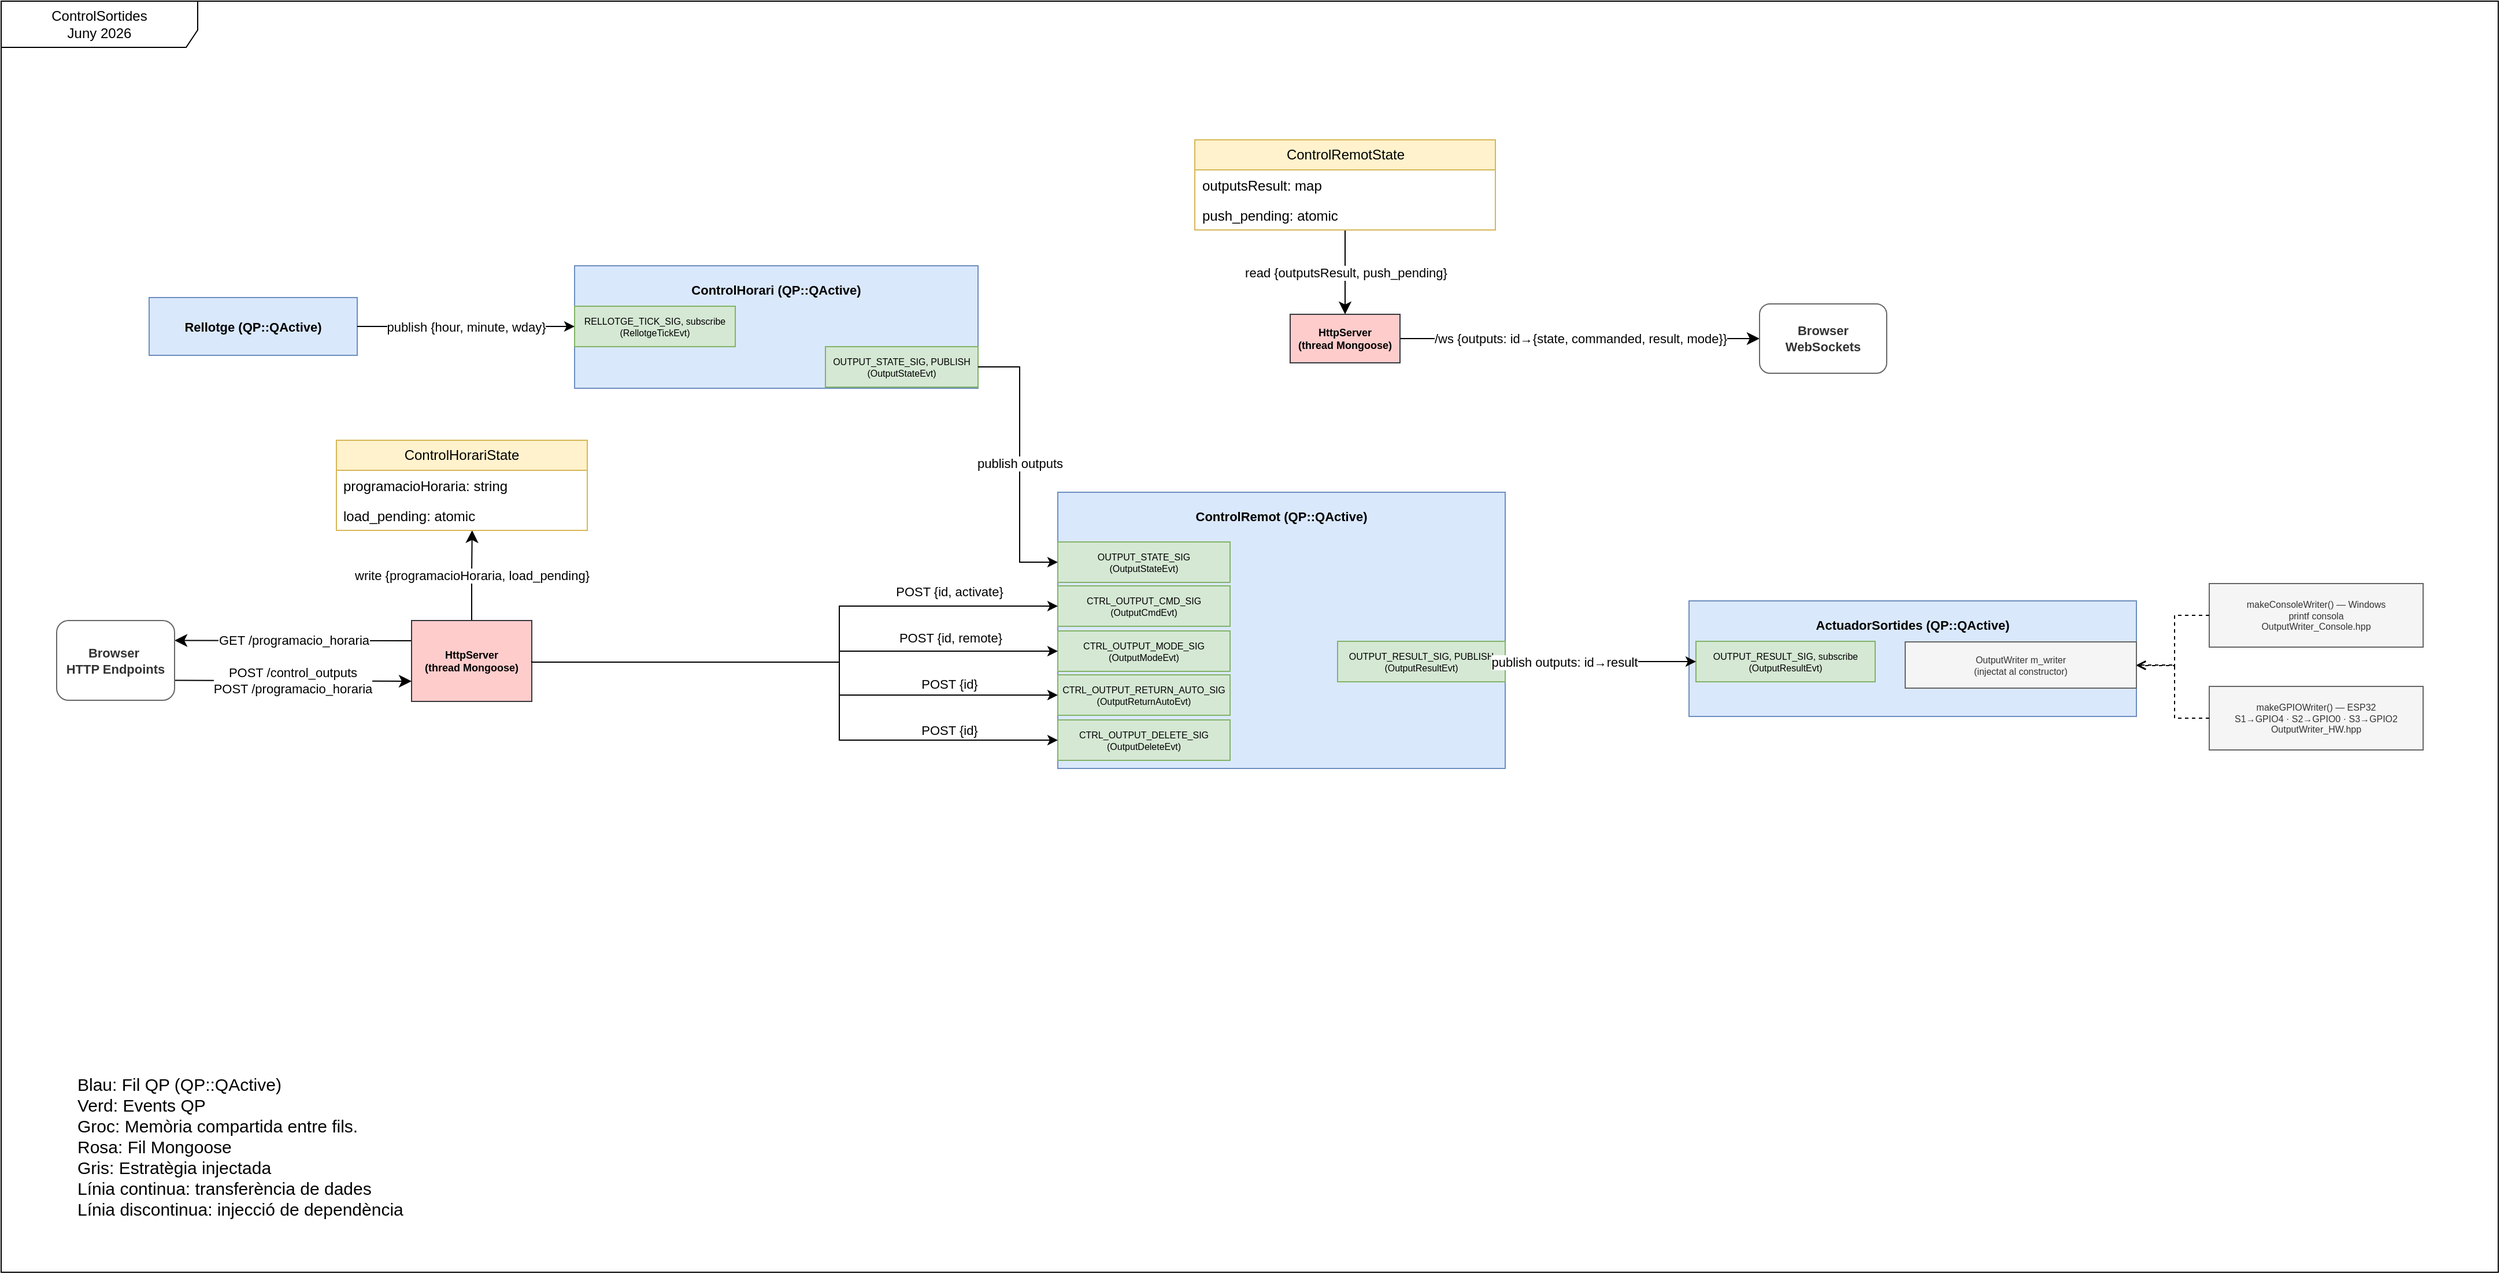
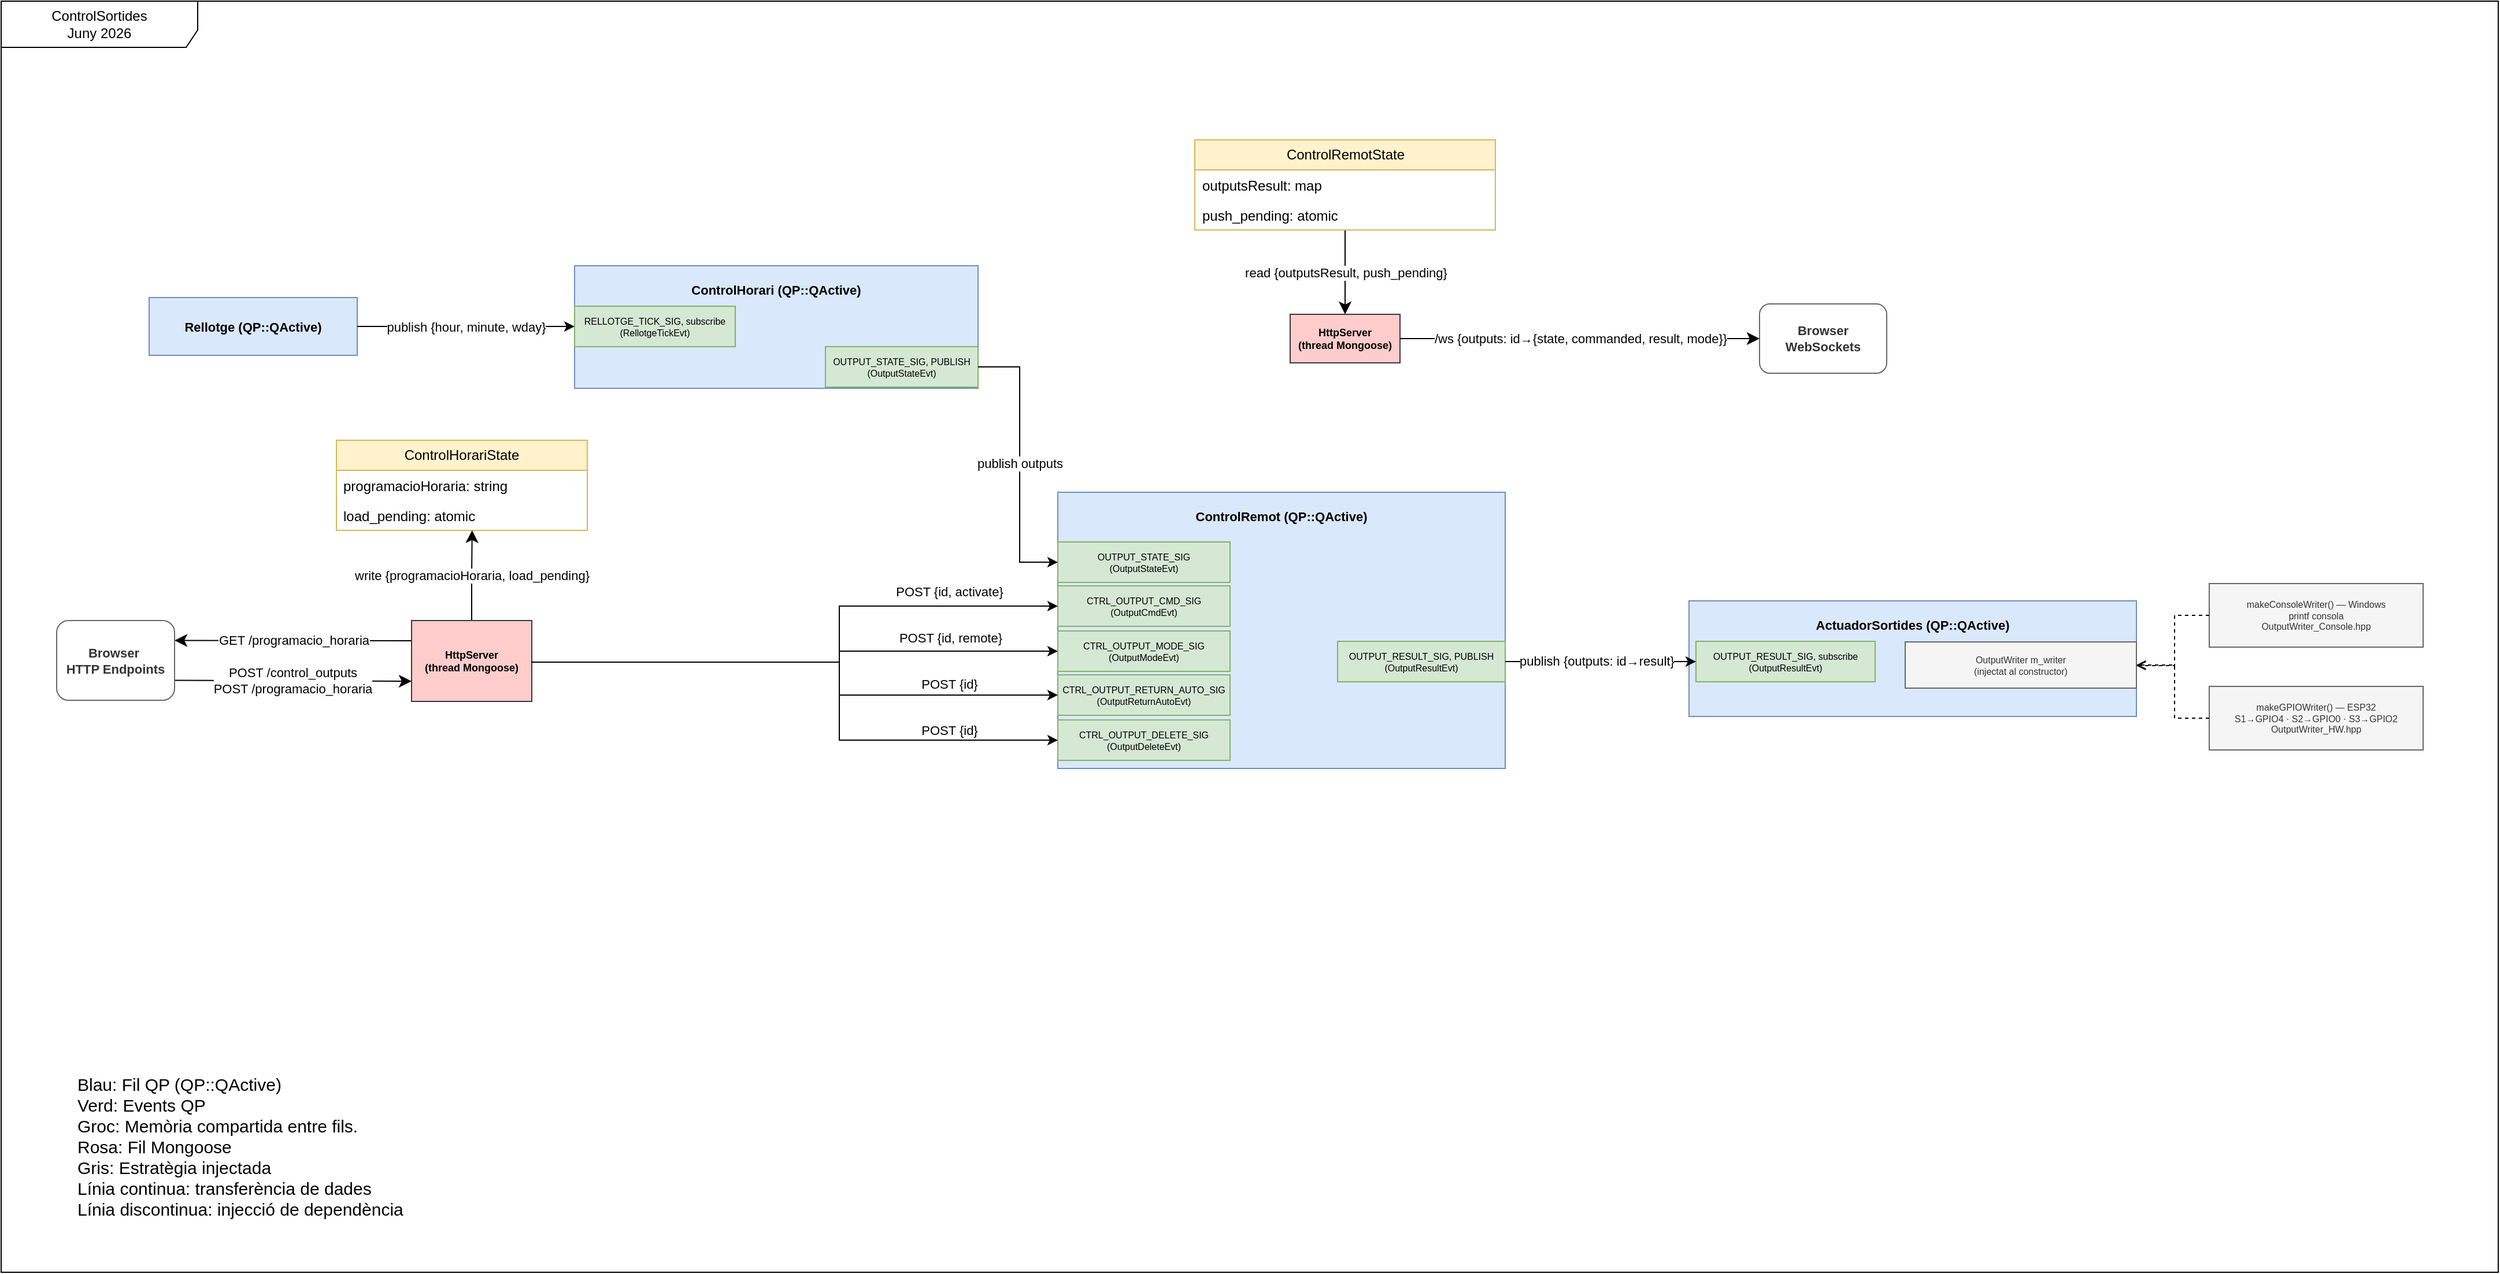
<mxfile host="Electron" agent="Mozilla/5.0 (Windows NT 10.0; Win64; x64) AppleWebKit/537.36 (KHTML, like Gecko) draw.io/28.2.8 Chrome/140.0.7339.240 Electron/38.4.0 Safari/537.36" version="28.2.8">
  <diagram name="ControlRemot" id="controlremot">
-     <mxGraphModel dx="1028" dy="663" grid="1" gridSize="10" guides="1" tooltips="1" connect="1" arrows="1" fold="1" page="1" pageScale="1" pageWidth="2336" pageHeight="1654" math="0" shadow="0">
+     <mxGraphModel dx="343" dy="221" grid="1" gridSize="10" guides="1" tooltips="1" connect="1" arrows="1" fold="1" page="1" pageScale="1" pageWidth="2336" pageHeight="1654" math="0" shadow="0">
      <root>
        <mxCell id="0" />
        <mxCell id="1" parent="0" />
        <mxCell id="hFHh7xch7r8VRYxtVC4N-1" value="&lt;span style=&quot;font-family: Helvetica; font-size: 11px;&quot;&gt;GET /programacio_horaria&lt;/span&gt;" style="edgeStyle=none;curved=1;rounded=0;orthogonalLoop=1;jettySize=auto;html=1;exitX=0;exitY=0.25;exitDx=0;exitDy=0;entryX=1;entryY=0.25;entryDx=0;entryDy=0;startSize=8;endSize=8;fontFamily=Helvetica;fontSize=11" parent="1" source="http" target="nPEGExYc4R3wSkc33mew-3" edge="1">
          <mxGeometry relative="1" as="geometry" />
        </mxCell>
        <mxCell id="hX1N1Huatbx-X40mZiJC-2" value="&lt;span style=&quot;color: rgb(0, 0, 0); font-family: Helvetica; font-size: 11px; font-style: normal; font-variant-ligatures: normal; font-variant-caps: normal; font-weight: 400; letter-spacing: normal; orphans: 2; text-align: center; text-indent: 0px; text-transform: none; widows: 2; word-spacing: 0px; -webkit-text-stroke-width: 0px; white-space: nowrap; background-color: rgb(255, 255, 255); text-decoration-thickness: initial; text-decoration-style: initial; text-decoration-color: initial; display: inline !important; float: none;&quot;&gt;write {programacioHoraria, load_pending}&lt;/span&gt;" style="edgeStyle=orthogonalEdgeStyle;rounded=0;orthogonalLoop=1;jettySize=auto;html=1;exitX=0.5;exitY=0;exitDx=0;exitDy=0;startSize=8;endSize=8;entryX=0.541;entryY=0.994;entryDx=0;entryDy=0;entryPerimeter=0;fontFamily=Helvetica;fontSize=11" parent="1" source="http" target="ch_reload_f2" edge="1">
          <mxGeometry relative="1" as="geometry" />
        </mxCell>
        <mxCell id="http" value="HttpServer&#xa;(thread Mongoose)" style="rounded=0;whiteSpace=wrap;html=1;fillColor=#ffcccc;strokeColor=#36393d;fontSize=9;fontStyle=1" parent="1" vertex="1">
          <mxGeometry x="435" y="806" width="104" height="70" as="geometry" />
        </mxCell>
        <mxCell id="nPEGExYc4R3wSkc33mew-6" value="/ws {outputs: id→{state, commanded, result, mode}}" style="edgeStyle=none;curved=1;rounded=0;orthogonalLoop=1;jettySize=auto;html=1;exitX=1;exitY=0.5;exitDx=0;exitDy=0;startSize=8;endSize=8;startArrow=none;startFill=0;fontFamily=Helvetica;fontSize=11" parent="1" source="ws" target="nPEGExYc4R3wSkc33mew-5" edge="1">
          <mxGeometry relative="1" as="geometry" />
        </mxCell>
        <mxCell id="ws" value="HttpServer&lt;br&gt;(thread Mongoose)" style="rounded=0;whiteSpace=wrap;html=1;fillColor=#ffcccc;strokeColor=#36393d;fontSize=9;fontStyle=1" parent="1" vertex="1">
          <mxGeometry x="1195" y="541" width="95" height="42" as="geometry" />
        </mxCell>
        <mxCell id="ch" value="ControlHorari (QP::QActive)" style="rounded=0;whiteSpace=wrap;html=1;fillColor=#dae8fc;strokeColor=#6c8ebf;fontSize=11;fontStyle=1;verticalAlign=top;spacingTop=8" parent="1" vertex="1">
          <mxGeometry x="576" y="499" width="349" height="106" as="geometry" />
        </mxCell>
        <mxCell id="ch_tick" value="RELLOTGE_TICK_SIG, subscribe&#xa;(RellotgeTickEvt)" style="rounded=0;whiteSpace=wrap;html=1;fillColor=#d5e8d4;strokeColor=#82b366;fontSize=8" parent="1" vertex="1">
          <mxGeometry x="576" y="534" width="139" height="35" as="geometry" />
        </mxCell>
        <mxCell id="ch_out_io" value="OUTPUT_STATE_SIG, PUBLISH&#xa;(OutputStateEvt)" style="rounded=0;whiteSpace=wrap;html=1;fillColor=#d5e8d4;strokeColor=#82b366;fontSize=8" parent="1" vertex="1">
          <mxGeometry x="793" y="569" width="132" height="35" as="geometry" />
        </mxCell>
        <mxCell id="rl" value="Rellotge (QP::QActive)" style="rounded=0;whiteSpace=wrap;html=1;fillColor=#dae8fc;strokeColor=#6c8ebf;fontSize=11;fontStyle=1;" parent="1" vertex="1">
          <mxGeometry x="208" y="526.5" width="180" height="50" as="geometry" />
        </mxCell>
        <mxCell id="cr" value="ControlRemot (QP::QActive)" style="rounded=0;whiteSpace=wrap;html=1;fillColor=#dae8fc;strokeColor=#6c8ebf;fontSize=11;fontStyle=1;verticalAlign=top;spacingTop=8" parent="1" vertex="1">
          <mxGeometry x="994" y="695" width="387" height="239" as="geometry" />
        </mxCell>
        <mxCell id="in_io" value="OUTPUT_STATE_SIG&#xa;(OutputStateEvt)" style="rounded=0;whiteSpace=wrap;html=1;fillColor=#d5e8d4;strokeColor=#82b366;fontSize=8" parent="1" vertex="1">
          <mxGeometry x="994" y="738" width="149" height="35" as="geometry" />
        </mxCell>
        <mxCell id="in_cmd" value="CTRL_OUTPUT_CMD_SIG&#xa;(OutputCmdEvt)" style="rounded=0;whiteSpace=wrap;html=1;fillColor=#d5e8d4;strokeColor=#82b366;fontSize=8" parent="1" vertex="1">
          <mxGeometry x="994" y="776" width="149" height="35" as="geometry" />
        </mxCell>
        <mxCell id="in_mode" value="CTRL_OUTPUT_MODE_SIG&#xa;(OutputModeEvt)" style="rounded=0;whiteSpace=wrap;html=1;fillColor=#d5e8d4;strokeColor=#82b366;fontSize=8" parent="1" vertex="1">
          <mxGeometry x="994" y="815" width="149" height="35" as="geometry" />
        </mxCell>
        <mxCell id="in_ret" value="CTRL_OUTPUT_RETURN_AUTO_SIG&#xa;(OutputReturnAutoEvt)" style="rounded=0;whiteSpace=wrap;html=1;fillColor=#d5e8d4;strokeColor=#82b366;fontSize=8" parent="1" vertex="1">
          <mxGeometry x="994" y="853" width="149" height="35" as="geometry" />
        </mxCell>
        <mxCell id="in_del" value="CTRL_OUTPUT_DELETE_SIG&#xa;(OutputDeleteEvt)" style="rounded=0;whiteSpace=wrap;html=1;fillColor=#d5e8d4;strokeColor=#82b366;fontSize=8" parent="1" vertex="1">
          <mxGeometry x="994" y="892" width="149" height="35" as="geometry" />
        </mxCell>
        <mxCell id="out_pub" value="OUTPUT_RESULT_SIG, PUBLISH&#xa;(OutputResultEvt)" style="rounded=0;whiteSpace=wrap;html=1;fillColor=#d5e8d4;strokeColor=#82b366;fontSize=8" parent="1" vertex="1">
          <mxGeometry x="1236" y="824" width="145" height="35" as="geometry" />
        </mxCell>
        <mxCell id="hX1N1Huatbx-X40mZiJC-3" value="&lt;span style=&quot;font-size: 11px;&quot;&gt;read {outputsResult, push_pending}&lt;/span&gt;" style="edgeStyle=orthogonalEdgeStyle;rounded=0;orthogonalLoop=1;jettySize=auto;html=1;entryX=0.5;entryY=0;entryDx=0;entryDy=0;startSize=8;endSize=8;fontFamily=Helvetica;fontSize=11" parent="1" source="out_ss" target="ws" edge="1">
          <mxGeometry relative="1" as="geometry" />
        </mxCell>
        <mxCell id="e1" value="POST {id, activate}" style="edgeStyle=orthogonalEdgeStyle;rounded=0;html=1;exitX=1;exitY=0.5;entryX=0;entryY=0.5;fontFamily=Helvetica;fontSize=11" parent="1" source="http" target="in_cmd" edge="1">
          <mxGeometry x="0.6274" y="14" relative="1" as="geometry">
            <Array as="points">
              <mxPoint x="805" y="842" />
              <mxPoint x="805" y="794" />
            </Array>
            <mxPoint y="1" as="offset" />
          </mxGeometry>
        </mxCell>
        <mxCell id="e2" value="POST {id, remote}" style="edgeStyle=orthogonalEdgeStyle;rounded=0;html=1;exitX=1;exitY=0.5;entryX=0;entryY=0.5;fontFamily=Helvetica;fontSize=11" parent="1" source="http" target="in_mode" edge="1">
          <mxGeometry x="0.5961" y="13" relative="1" as="geometry">
            <Array as="points">
              <mxPoint x="805" y="842" />
              <mxPoint x="805" y="832" />
            </Array>
            <mxPoint x="1" y="1" as="offset" />
          </mxGeometry>
        </mxCell>
        <mxCell id="e3" value="POST {id}" style="edgeStyle=orthogonalEdgeStyle;rounded=0;html=1;exitX=1;exitY=0.5;entryX=0;entryY=0.5;fontFamily=Helvetica;fontSize=11" parent="1" source="http" target="in_ret" edge="1">
          <mxGeometry x="0.612" y="-29" relative="1" as="geometry">
            <Array as="points">
              <mxPoint x="539" y="842" />
              <mxPoint x="805" y="842" />
              <mxPoint x="805" y="871" />
            </Array>
            <mxPoint y="1" as="offset" />
          </mxGeometry>
        </mxCell>
        <mxCell id="e4" value="POST {id}" style="edgeStyle=orthogonalEdgeStyle;rounded=0;html=1;exitX=1;exitY=0.5;entryX=0;entryY=0.5;fontFamily=Helvetica;fontSize=11" parent="1" source="http" target="in_del" edge="1">
          <mxGeometry x="0.6409" y="50" relative="1" as="geometry">
            <Array as="points">
              <mxPoint x="539" y="842" />
              <mxPoint x="805" y="842" />
              <mxPoint x="805" y="909" />
            </Array>
            <mxPoint y="1" as="offset" />
          </mxGeometry>
        </mxCell>
        <mxCell id="e7" value="publish outputs" style="edgeStyle=orthogonalEdgeStyle;rounded=0;html=1;exitX=1;exitY=0.5;entryX=0;entryY=0.5;entryDx=0;entryDy=0;fontFamily=Helvetica;fontSize=11" parent="1" source="ch_out_io" target="in_io" edge="1">
          <mxGeometry relative="1" as="geometry">
            <Array as="points">
              <mxPoint x="961" y="587" />
              <mxPoint x="961" y="755" />
            </Array>
          </mxGeometry>
        </mxCell>
        <mxCell id="e10" value="publish {hour, minute, wday}" style="edgeStyle=orthogonalEdgeStyle;rounded=0;html=1;exitX=1;exitY=0.5;exitDx=0;exitDy=0;entryX=0;entryY=0.5;entryDx=0;entryDy=0;fontFamily=Helvetica;fontSize=11" parent="1" source="rl" target="ch_tick" edge="1">
          <mxGeometry relative="1" as="geometry" />
        </mxCell>
        <mxCell id="hFHh7xch7r8VRYxtVC4N-2" value="&lt;span style=&quot;font-size: 11px;&quot;&gt;POST /control_outputs&lt;br&gt;POST /programacio_horaria&lt;/span&gt;" style="edgeStyle=none;curved=1;rounded=0;orthogonalLoop=1;jettySize=auto;html=1;exitX=1;exitY=0.75;exitDx=0;exitDy=0;entryX=0;entryY=0.75;entryDx=0;entryDy=0;startSize=8;endSize=8;fontFamily=Helvetica;fontSize=11" parent="1" source="nPEGExYc4R3wSkc33mew-3" target="http" edge="1">
          <mxGeometry relative="1" as="geometry" />
        </mxCell>
        <mxCell id="nPEGExYc4R3wSkc33mew-3" value="&lt;b&gt;Browser&amp;nbsp;&lt;/b&gt;&lt;div&gt;&lt;b&gt;HTTP Endpoints&lt;/b&gt;&lt;/div&gt;" style="rounded=1;whiteSpace=wrap;html=1;fillColor=#ffffff;strokeColor=#666666;fontColor=#333333;fontSize=11;" parent="1" vertex="1">
          <mxGeometry x="128" y="806" width="102" height="69" as="geometry" />
        </mxCell>
        <mxCell id="nPEGExYc4R3wSkc33mew-5" value="&lt;b&gt;Browser WebSockets&lt;/b&gt;" style="rounded=1;whiteSpace=wrap;html=1;fillColor=#ffffff;strokeColor=#666666;fontColor=#333333;fontSize=11;" parent="1" vertex="1">
          <mxGeometry x="1601" y="532" width="110" height="60" as="geometry" />
        </mxCell>
        <mxCell id="jaKRlGInz0ltfFADGkvu-5" value="ControlSortides&lt;div&gt;Juny 2026&lt;/div&gt;" style="shape=umlFrame;whiteSpace=wrap;html=1;pointerEvents=0;recursiveResize=0;container=1;collapsible=0;width=170;height=40;" parent="1" vertex="1">
          <mxGeometry x="80" y="270" width="2160" height="1100" as="geometry" />
        </mxCell>
        <mxCell id="IJb5zE0oGNF-HTFJebx6-1" value="&lt;div&gt;&lt;font style=&quot;font-size: 15px;&quot;&gt;Blau: Fil QP (QP::QActive)&lt;/font&gt;&lt;/div&gt;&lt;div&gt;&lt;font style=&quot;font-size: 15px;&quot;&gt;Verd: Events QP&lt;/font&gt;&lt;/div&gt;&lt;div&gt;&lt;font style=&quot;font-size: 15px;&quot;&gt;Groc: Memòria compartida entre fils.&lt;/font&gt;&lt;/div&gt;&lt;div&gt;&lt;font style=&quot;font-size: 15px;&quot;&gt;Rosa: Fil Mongoose&lt;/font&gt;&lt;/div&gt;&lt;div&gt;&lt;font style=&quot;font-size: 15px;&quot;&gt;Gris: Estratègia injectada&lt;/font&gt;&lt;/div&gt;&lt;div&gt;&lt;font style=&quot;font-size: 15px;&quot;&gt;Línia continua: transferència de dades&lt;/font&gt;&lt;/div&gt;&lt;div&gt;&lt;font style=&quot;font-size: 15px;&quot;&gt;Línia discontinua: injecció de dependència&lt;/font&gt;&lt;/div&gt;" style="text;strokeColor=none;fillColor=none;align=left;verticalAlign=middle;spacingLeft=4;spacingRight=4;overflow=hidden;whiteSpace=wrap;html=1;" parent="jaKRlGInz0ltfFADGkvu-5" vertex="1">
          <mxGeometry x="60" y="926" width="430" height="130" as="geometry" />
        </mxCell>
        <mxCell id="out_ss" value="ControlRemotState" style="swimlane;fontStyle=0;childLayout=stackLayout;horizontal=1;startSize=26;fillColor=#fff2cc;horizontalStack=0;resizeParent=1;resizeParentMax=0;resizeLast=0;collapsible=0;marginBottom=0;whiteSpace=wrap;html=1;strokeColor=#d6b656;" parent="jaKRlGInz0ltfFADGkvu-5" vertex="1">
          <mxGeometry x="1032.5" y="120" width="260" height="78" as="geometry" />
        </mxCell>
        <mxCell id="out_ss_f1" value="outputsResult: map&lt;int, OutputInfo&gt;" style="text;strokeColor=none;fillColor=none;align=left;verticalAlign=top;spacingLeft=4;spacingRight=4;overflow=hidden;rotatable=0;points=[[0,0.5],[1,0.5]];portConstraint=eastwest;whiteSpace=wrap;html=1;" parent="out_ss" vertex="1">
          <mxGeometry y="26" width="260" height="26" as="geometry" />
        </mxCell>
        <mxCell id="out_ss_f2" value="push_pending: atomic&lt;bool&gt;" style="text;strokeColor=none;fillColor=none;align=left;verticalAlign=top;spacingLeft=4;spacingRight=4;overflow=hidden;rotatable=0;points=[[0,0.5],[1,0.5]];portConstraint=eastwest;whiteSpace=wrap;html=1;" parent="out_ss" vertex="1">
          <mxGeometry y="52" width="260" height="26" as="geometry" />
        </mxCell>
        <mxCell id="ch_reload" value="ControlHorariState" style="swimlane;fontStyle=0;childLayout=stackLayout;horizontal=1;startSize=26;fillColor=#fff2cc;horizontalStack=0;resizeParent=1;resizeParentMax=0;resizeLast=0;collapsible=0;marginBottom=0;whiteSpace=wrap;html=1;strokeColor=#d6b656;" parent="jaKRlGInz0ltfFADGkvu-5" vertex="1">
          <mxGeometry x="290" y="380" width="217" height="78" as="geometry" />
        </mxCell>
        <mxCell id="ch_reload_f1" value="programacioHoraria: string" style="text;strokeColor=none;fillColor=none;align=left;verticalAlign=top;spacingLeft=4;spacingRight=4;overflow=hidden;rotatable=0;points=[[0,0.5],[1,0.5]];portConstraint=eastwest;whiteSpace=wrap;html=1;" parent="ch_reload" vertex="1">
          <mxGeometry y="26" width="217" height="26" as="geometry" />
        </mxCell>
        <mxCell id="ch_reload_f2" value="load_pending: atomic&lt;bool&gt;" style="text;strokeColor=none;fillColor=none;align=left;verticalAlign=top;spacingLeft=4;spacingRight=4;overflow=hidden;rotatable=0;points=[[0,0.5],[1,0.5]];portConstraint=eastwest;whiteSpace=wrap;html=1;" parent="ch_reload" vertex="1">
          <mxGeometry y="52" width="217" height="26" as="geometry" />
        </mxCell>
        <mxCell id="as" value="ActuadorSortides (QP::QActive)" style="rounded=0;whiteSpace=wrap;html=1;fillColor=#dae8fc;strokeColor=#6c8ebf;fontSize=11;fontStyle=1;verticalAlign=top;spacingTop=8" parent="1" vertex="1">
          <mxGeometry x="1540" y="789" width="387" height="100" as="geometry" />
        </mxCell>
        <mxCell id="as_in" value="OUTPUT_RESULT_SIG, subscribe&#xa;(OutputResultEvt)" style="rounded=0;whiteSpace=wrap;html=1;fillColor=#d5e8d4;strokeColor=#82b366;fontSize=8" parent="1" vertex="1">
          <mxGeometry x="1546" y="824" width="155" height="35" as="geometry" />
        </mxCell>
        <mxCell id="as_gpio" value="OutputWriter m_writer&#xa;(injectat al constructor)" style="rounded=0;whiteSpace=wrap;html=1;fillColor=#f5f5f5;strokeColor=#666666;fontColor=#333333;fontSize=8" parent="1" vertex="1">
          <mxGeometry x="1727" y="824.5" width="200" height="40" as="geometry" />
        </mxCell>
-         <mxCell id="e_as" value="publish outputs: id→result" style="edgeStyle=orthogonalEdgeStyle;rounded=0;html=1;exitX=1;exitY=0.5;exitDx=0;exitDy=0;entryX=0;entryY=0.5;entryDx=0;entryDy=0;fontFamily=Helvetica;fontSize=11" parent="1" source="out_pub" target="as_in" edge="1">
-           <mxGeometry x="-0.3157" relative="1" as="geometry">
+         <mxCell id="e_as" value="publish {outputs: id→result}" style="edgeStyle=orthogonalEdgeStyle;rounded=0;html=1;exitX=1;exitY=0.5;exitDx=0;exitDy=0;entryX=0;entryY=0.5;entryDx=0;entryDy=0;fontFamily=Helvetica;fontSize=11" parent="1" source="out_pub" target="as_in" edge="1">
+           <mxGeometry x="0.0115" y="1" relative="1" as="geometry">
            <Array as="points">
              <mxPoint x="1410" y="837" />
              <mxPoint x="1410" y="842" />
              <mxPoint x="1466" y="842" />
            </Array>
            <mxPoint as="offset" />
          </mxGeometry>
        </mxCell>
        <mxCell id="ow_hw" value="makeGPIOWriter() — ESP32&#xa;S1→GPIO4 · S2→GPIO0 · S3→GPIO2&#xa;OutputWriter_HW.hpp" style="rounded=0;whiteSpace=wrap;html=1;fillColor=#f5f5f5;strokeColor=#666666;fontColor=#333333;fontSize=8" parent="1" vertex="1">
          <mxGeometry x="1990" y="863" width="185" height="55" as="geometry" />
        </mxCell>
        <mxCell id="ow_console" value="makeConsoleWriter() — Windows&#xa;printf consola&#xa;OutputWriter_Console.hpp" style="rounded=0;whiteSpace=wrap;html=1;fillColor=#f5f5f5;strokeColor=#666666;fontColor=#333333;fontSize=8" parent="1" vertex="1">
          <mxGeometry x="1990" y="774" width="185" height="55" as="geometry" />
        </mxCell>
        <mxCell id="e_ow_hw" value="" style="edgeStyle=orthogonalEdgeStyle;rounded=0;html=1;exitX=0;exitY=0.5;exitDx=0;exitDy=0;entryX=1;entryY=0.5;entryDx=0;entryDy=0;dashed=1;endArrow=open;endFill=0;fontFamily=Helvetica;fontSize=11" parent="1" source="ow_hw" target="as_gpio" edge="1">
          <mxGeometry x="-0.1192" relative="1" as="geometry">
            <Array as="points">
              <mxPoint x="1960" y="890" />
              <mxPoint x="1960" y="844" />
            </Array>
            <mxPoint as="offset" />
          </mxGeometry>
        </mxCell>
        <mxCell id="e_ow_con" value="" style="edgeStyle=orthogonalEdgeStyle;rounded=0;html=1;entryX=1;entryY=0.5;entryDx=0;entryDy=0;dashed=1;endArrow=open;endFill=0;fontFamily=Helvetica;fontSize=11" parent="1" source="ow_console" target="as_gpio" edge="1">
          <mxGeometry relative="1" as="geometry">
            <Array as="points">
              <mxPoint x="1960" y="802" />
              <mxPoint x="1960" y="845" />
              <mxPoint x="1927" y="845" />
            </Array>
          </mxGeometry>
        </mxCell>
      </root>
    </mxGraphModel>
  </diagram>
</mxfile>
